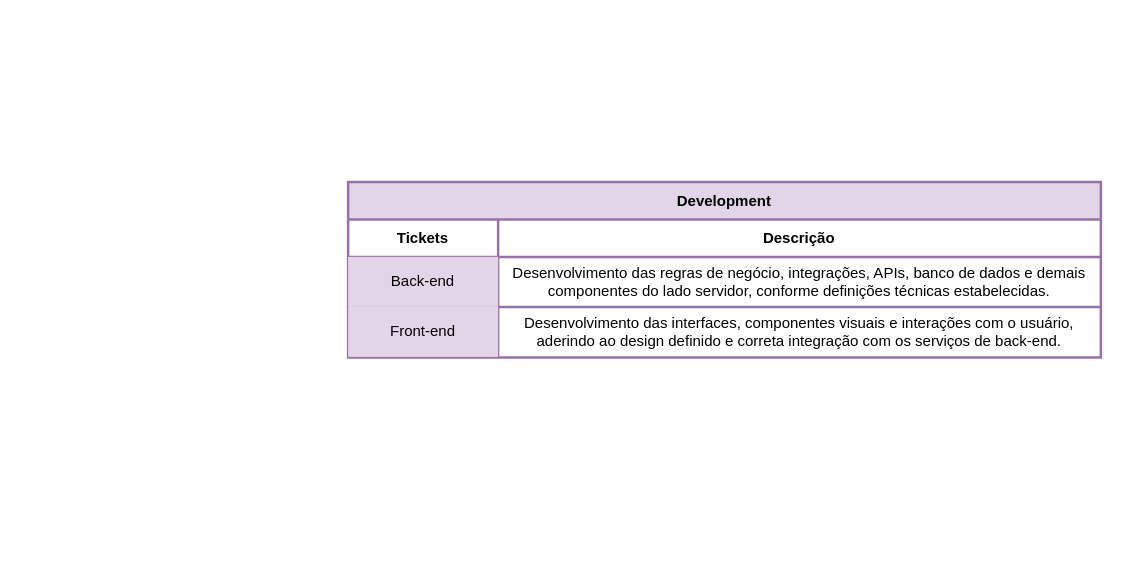
DimasPicinato/Metodologia-PI keeps this draw.io diagram as page "Fluxo - Development" (9 of 9) of modelagem de processos.drawio. Above is the earlier version. Source tidied: cells renumbered, new cells numbered last; positions are measured from the earlier drawing's top-left corner, leaving out a move shared by most shapes. Both pictures are drawn from the tidied source at 125%, with x=0, y=0 at pixel (348, 181).
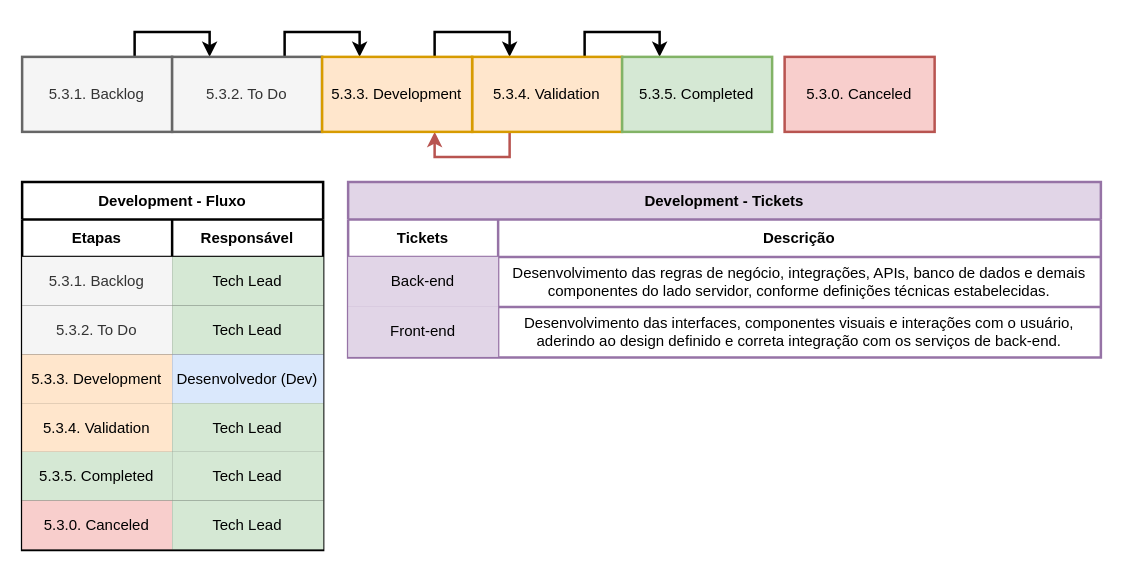
Above is the later version.

Change to the diagram source:
```diff
@@
-    <mxCell id="2" value="Development" style="shape=table;startSize=30;childLayout=tableLayout;fontStyle=1;fillColor=#e1d5e7;strokeColor=#9673a6;strokeWidth=2;" parent="1" vertex="1">
+    <mxCell id="2" value="Development - Tickets" style="shape=table;startSize=30;childLayout=tableLayout;fontStyle=1;fillColor=#e1d5e7;strokeColor=#9673a6;strokeWidth=2;" parent="1" vertex="1">
       <mxGeometry width="602.2" height="140.5" as="geometry" />
     </mxCell>
@@
+    <mxCell id="12" value="Development - Fluxo" style="shape=table;startSize=30;childLayout=tableLayout;fontStyle=1;strokeWidth=2;" parent="1" vertex="1">
+      <mxGeometry x="-260.8" width="240.8" height="294.5" as="geometry" />
+    </mxCell>
+    <mxCell id="13" style="shape=tableRow;horizontal=0;startSize=0;swimlaneHead=0;swimlaneBody=0;strokeColor=inherit;top=0;left=0;bottom=0;right=0;fillColor=none;" parent="12" vertex="1">
+      <mxGeometry y="30" width="240.8" height="30" as="geometry" />
+    </mxCell>
+    <mxCell id="14" value="Etapas" style="shape=partialRectangle;html=1;whiteSpace=wrap;strokeColor=inherit;overflow=hidden;fillColor=none;top=0;left=0;bottom=0;right=0;fontStyle=1;align=center;" parent="13" vertex="1">
+      <mxGeometry width="120" height="30" as="geometry" />
+    </mxCell>
+    <mxCell id="15" value="Responsável" style="shape=partialRectangle;html=1;whiteSpace=wrap;strokeColor=inherit;overflow=hidden;fillColor=none;top=0;left=0;bottom=0;right=0;fontStyle=1;align=center;" parent="13" vertex="1">
+      <mxGeometry x="120" width="121" height="30" as="geometry" />
+    </mxCell>
+    <mxCell id="16" style="shape=tableRow;horizontal=0;startSize=0;swimlaneHead=0;swimlaneBody=0;strokeColor=inherit;top=0;left=0;bottom=0;right=0;fillColor=none;" parent="12" vertex="1">
+      <mxGeometry y="60" width="240.8" height="39" as="geometry" />
+    </mxCell>
+    <mxCell id="17" value="&lt;span style=&quot;color: rgb(51, 51, 51);&quot;&gt;5.3.1. Backlog&lt;/span&gt;" style="shape=partialRectangle;html=1;whiteSpace=wrap;strokeColor=#666666;overflow=hidden;fillColor=#f5f5f5;top=0;left=0;bottom=0;right=0;fontColor=#333333;" parent="16" vertex="1">
+      <mxGeometry width="120" height="39" as="geometry" />
+    </mxCell>
+    <mxCell id="18" value="Tech Lead" style="shape=partialRectangle;html=1;whiteSpace=wrap;strokeColor=#82b366;overflow=hidden;fillColor=#d5e8d4;top=0;left=0;bottom=0;right=0;gradientDirection=east;" parent="16" vertex="1">
+      <mxGeometry x="120" width="121" height="39" as="geometry" />
+    </mxCell>
+    <mxCell id="19" style="shape=tableRow;horizontal=0;startSize=0;swimlaneHead=0;swimlaneBody=0;strokeColor=inherit;top=0;left=0;bottom=0;right=0;fillColor=none;" parent="12" vertex="1">
+      <mxGeometry y="99" width="240.8" height="39" as="geometry" />
+    </mxCell>
+    <mxCell id="20" value="5.3.2. To Do" style="shape=partialRectangle;html=1;whiteSpace=wrap;strokeColor=#666666;overflow=hidden;fillColor=#f5f5f5;top=0;left=0;bottom=0;right=0;fontColor=#333333;" parent="19" vertex="1">
+      <mxGeometry width="120" height="39" as="geometry" />
+    </mxCell>
+    <mxCell id="21" value="&lt;span style=&quot;color: rgb(0, 0, 0);&quot;&gt;Tech Lead&lt;/span&gt;" style="shape=partialRectangle;html=1;whiteSpace=wrap;strokeColor=#82b366;overflow=hidden;fillColor=#d5e8d4;top=0;left=0;bottom=0;right=0;" parent="19" vertex="1">
+      <mxGeometry x="120" width="121" height="39" as="geometry" />
+    </mxCell>
+    <mxCell id="22" style="shape=tableRow;horizontal=0;startSize=0;swimlaneHead=0;swimlaneBody=0;strokeColor=inherit;top=0;left=0;bottom=0;right=0;fillColor=none;" parent="12" vertex="1">
+      <mxGeometry y="138" width="240.8" height="39" as="geometry" />
+    </mxCell>
+    <mxCell id="23" value="5.3.3. Development" style="shape=partialRectangle;html=1;whiteSpace=wrap;strokeColor=#d79b00;overflow=hidden;fillColor=#ffe6cc;top=0;left=0;bottom=0;right=0;" parent="22" vertex="1">
+      <mxGeometry width="120" height="39" as="geometry" />
+    </mxCell>
+    <mxCell id="24" value="Desenvolvedor (Dev)" style="shape=partialRectangle;html=1;whiteSpace=wrap;strokeColor=#6c8ebf;overflow=hidden;fillColor=#dae8fc;top=0;left=0;bottom=0;right=0;gradientDirection=east;" parent="22" vertex="1">
+      <mxGeometry x="120" width="121" height="39" as="geometry" />
+    </mxCell>
+    <mxCell id="25" style="shape=tableRow;horizontal=0;startSize=0;swimlaneHead=0;swimlaneBody=0;strokeColor=inherit;top=0;left=0;bottom=0;right=0;fillColor=none;" parent="12" vertex="1">
+      <mxGeometry y="177" width="240.8" height="39" as="geometry" />
+    </mxCell>
+    <mxCell id="26" value="5.3.4. Validation" style="shape=partialRectangle;html=1;whiteSpace=wrap;strokeColor=#d79b00;overflow=hidden;fillColor=#ffe6cc;top=0;left=0;bottom=0;right=0;" parent="25" vertex="1">
+      <mxGeometry width="120" height="39" as="geometry" />
+    </mxCell>
+    <mxCell id="27" value="Tech Lead" style="shape=partialRectangle;html=1;whiteSpace=wrap;strokeColor=#82b366;overflow=hidden;fillColor=#d5e8d4;top=0;left=0;bottom=0;right=0;gradientDirection=east;" parent="25" vertex="1">
+      <mxGeometry x="120" width="121" height="39" as="geometry" />
+    </mxCell>
+    <mxCell id="28" style="shape=tableRow;horizontal=0;startSize=0;swimlaneHead=0;swimlaneBody=0;strokeColor=inherit;top=0;left=0;bottom=0;right=0;fillColor=none;" parent="12" vertex="1">
+      <mxGeometry y="216" width="240.8" height="39" as="geometry" />
+    </mxCell>
+    <mxCell id="29" value="5.3.5. Completed" style="shape=partialRectangle;html=1;whiteSpace=wrap;strokeColor=#82b366;overflow=hidden;fillColor=#d5e8d4;top=0;left=0;bottom=0;right=0;" parent="28" vertex="1">
+      <mxGeometry width="120" height="39" as="geometry" />
+    </mxCell>
+    <mxCell id="30" value="Tech Lead" style="shape=partialRectangle;html=1;whiteSpace=wrap;strokeColor=#82b366;overflow=hidden;fillColor=#d5e8d4;top=0;left=0;bottom=0;right=0;" parent="28" vertex="1">
+      <mxGeometry x="120" width="121" height="39" as="geometry" />
+    </mxCell>
+    <mxCell id="31" style="shape=tableRow;horizontal=0;startSize=0;swimlaneHead=0;swimlaneBody=0;strokeColor=inherit;top=0;left=0;bottom=0;right=0;fillColor=none;" parent="12" vertex="1">
+      <mxGeometry y="255" width="240.8" height="39" as="geometry" />
+    </mxCell>
+    <mxCell id="32" value="5.3.0. Canceled" style="shape=partialRectangle;html=1;whiteSpace=wrap;strokeColor=#b85450;overflow=hidden;fillColor=#f8cecc;top=0;left=0;bottom=0;right=0;" parent="31" vertex="1">
+      <mxGeometry width="120" height="39" as="geometry" />
+    </mxCell>
+    <mxCell id="33" value="Tech Lead" style="shape=partialRectangle;html=1;whiteSpace=wrap;strokeColor=#82b366;overflow=hidden;fillColor=#d5e8d4;top=0;left=0;bottom=0;right=0;gradientDirection=east;" parent="31" vertex="1">
+      <mxGeometry x="120" width="121" height="39" as="geometry" />
+    </mxCell>
+    <mxCell id="34" style="edgeStyle=orthogonalEdgeStyle;rounded=0;jettySize=auto;html=1;exitX=0.75;exitY=0;exitDx=0;exitDy=0;entryX=0.25;entryY=0;entryDx=0;entryDy=0;strokeWidth=2;" parent="1" edge="1" source="44" target="37">
+      <mxGeometry relative="1" as="geometry" />
+    </mxCell>
+    <mxCell id="35" style="edgeStyle=orthogonalEdgeStyle;rounded=0;jettySize=auto;html=1;exitX=0.25;exitY=1;exitDx=0;exitDy=0;entryX=0.75;entryY=1;entryDx=0;entryDy=0;fillColor=#f8cecc;strokeColor=#b85450;strokeWidth=2;" parent="1" edge="1" source="37" target="44">
+      <mxGeometry relative="1" as="geometry" />
+    </mxCell>
+    <mxCell id="36" style="edgeStyle=orthogonalEdgeStyle;rounded=0;jettySize=auto;html=1;exitX=0.75;exitY=0;exitDx=0;exitDy=0;entryX=0.25;entryY=0;entryDx=0;entryDy=0;strokeWidth=2;" parent="1" edge="1" source="37" target="38">
+      <mxGeometry relative="1" as="geometry" />
+    </mxCell>
+    <mxCell id="37" value="5.3.4. Validation" style="rounded=0;whiteSpace=wrap;html=1;fillColor=#ffe6cc;strokeColor=#d79b00;strokeWidth=2;" parent="1" vertex="1">
+      <mxGeometry x="99.2" y="-100" width="120" height="60" as="geometry" />
+    </mxCell>
+    <mxCell id="38" value="5.3.5. Completed" style="rounded=0;whiteSpace=wrap;html=1;fillColor=#d5e8d4;strokeColor=#82b366;strokeWidth=2;" parent="1" vertex="1">
+      <mxGeometry x="219.2" y="-100" width="120" height="60" as="geometry" />
+    </mxCell>
+    <mxCell id="39" value="5.3.0. Canceled" style="rounded=0;whiteSpace=wrap;html=1;fillColor=#f8cecc;strokeColor=#b85450;strokeWidth=2;" parent="1" vertex="1">
+      <mxGeometry x="349.2" y="-100" width="120" height="60" as="geometry" />
+    </mxCell>
+    <mxCell id="40" style="edgeStyle=orthogonalEdgeStyle;rounded=0;jettySize=auto;html=1;exitX=0.75;exitY=0;exitDx=0;exitDy=0;entryX=0.25;entryY=0;entryDx=0;entryDy=0;strokeWidth=2;" parent="1" edge="1" source="41" target="43">
+      <mxGeometry relative="1" as="geometry" />
+    </mxCell>
+    <mxCell id="41" value="5.3.1. Backlog" style="rounded=0;whiteSpace=wrap;html=1;fillColor=#f5f5f5;fontColor=#333333;strokeColor=#666666;strokeWidth=2;" parent="1" vertex="1">
+      <mxGeometry x="-260.8" y="-100" width="120" height="60" as="geometry" />
+    </mxCell>
+    <mxCell id="42" style="edgeStyle=orthogonalEdgeStyle;rounded=0;jettySize=auto;html=1;exitX=0.75;exitY=0;exitDx=0;exitDy=0;entryX=0.25;entryY=0;entryDx=0;entryDy=0;strokeWidth=2;" parent="1" edge="1" source="43" target="44">
+      <mxGeometry relative="1" as="geometry" />
+    </mxCell>
+    <mxCell id="43" value="5.3.2. To Do" style="rounded=0;whiteSpace=wrap;html=1;fillColor=#f5f5f5;strokeColor=#666666;fontColor=#333333;strokeWidth=2;" parent="1" vertex="1">
+      <mxGeometry x="-140.8" y="-100" width="120" height="60" as="geometry" />
+    </mxCell>
+    <mxCell id="44" value="5.3.3. Development" style="rounded=0;whiteSpace=wrap;html=1;fillColor=#ffe6cc;strokeColor=#d79b00;strokeWidth=2;" parent="1" vertex="1">
+      <mxGeometry x="-20.8" y="-100" width="120" height="60" as="geometry" />
+    </mxCell>
```
